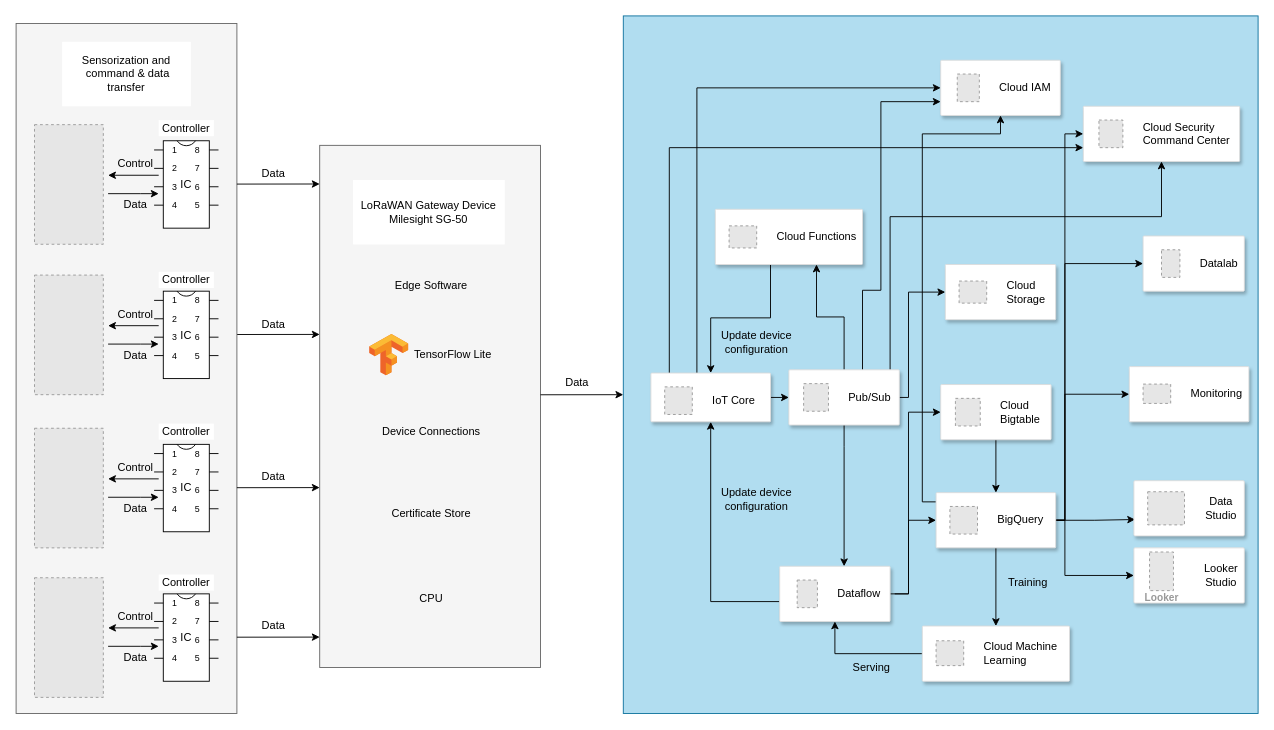
Earlier version of the draw.io diagram Trabajo Comunicación Industrial.drawio (lucasmarti11/TFG_Arduino). Source tidied: cells renumbered, new cells numbered last; positions are measured from the earlier drawing's top-left corner, leaving out a move shared by most shapes. Both pictures are drawn from the tidied source at 92%, with x=0, y=0 at pixel (16, 16). Pictures stored in the file or linked from it are replaced by grey dashed boxes.
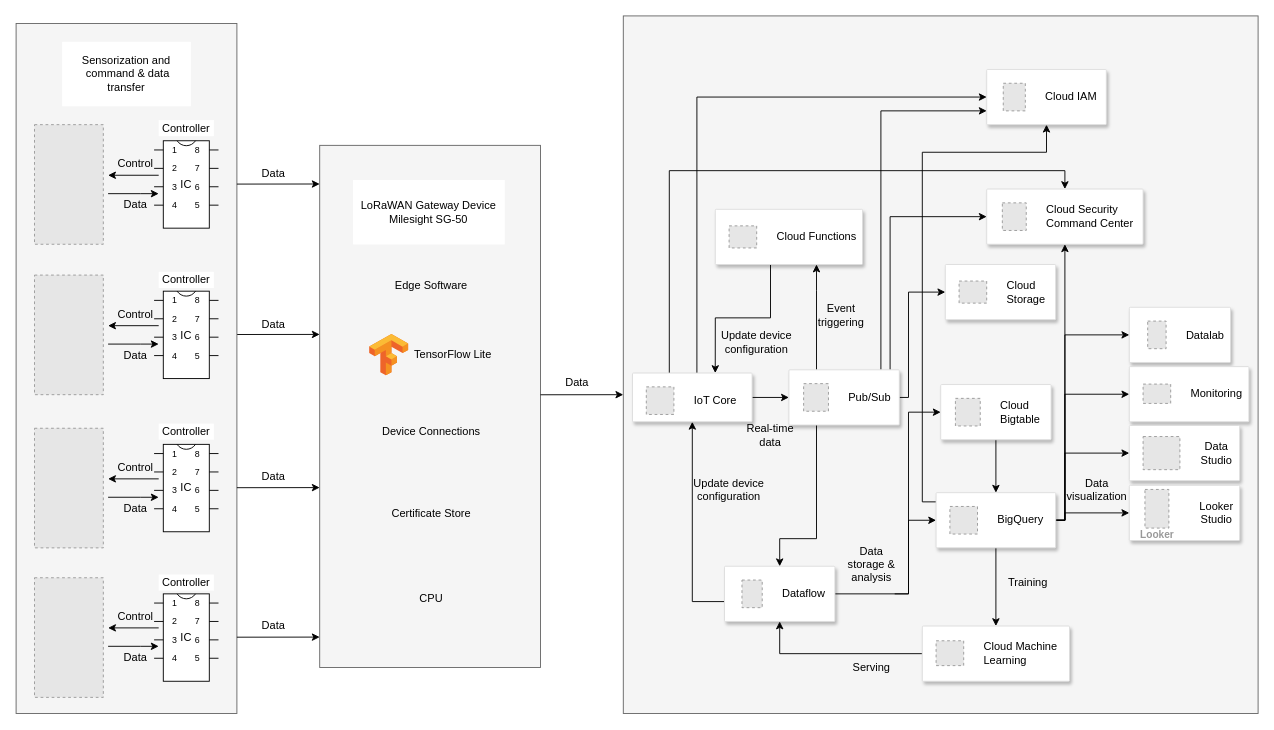
The same page after the edit.

The change refers to these unchanged cells:
```xml
<mxCell id="61" style="strokeColor=#dddddd;shadow=1;strokeWidth=1;rounded=1;absoluteArcSize=1;arcSize=2;" parent="1" vertex="1">
  <mxGeometry x="840" y="384.5" width="120" height="60" as="geometry" />
</mxCell>
<mxCell id="70" style="strokeColor=#dddddd;shadow=1;strokeWidth=1;rounded=1;absoluteArcSize=1;arcSize=2;" parent="1" vertex="1">
  <mxGeometry x="1000" y="518" width="130" height="60" as="geometry" />
</mxCell>
<mxCell id="79" style="strokeColor=#dddddd;shadow=1;strokeWidth=1;rounded=1;absoluteArcSize=1;arcSize=2;" parent="1" vertex="1">
  <mxGeometry x="760" y="210" width="160" height="60" as="geometry" />
</mxCell>
```

What changed in the source:
```diff
@@
-    <mxCell id="48" style="rounded=0;whiteSpace=wrap;html=1;fillColor=#b1ddf0;strokeColor=#10739e;" parent="1" vertex="1">
+    <mxCell id="48" style="rounded=0;whiteSpace=wrap;html=1;fillColor=#f5f5f5;strokeColor=#666666;fontColor=#333333;" parent="1" vertex="1">
       <mxGeometry x="660" y="-0.2" width="690" height="758.2" as="geometry" />
     </mxCell>
     <mxCell id="49" style="strokeColor=#dddddd;shadow=1;strokeWidth=1;rounded=1;absoluteArcSize=1;arcSize=2;" parent="1" vertex="1">
-      <mxGeometry x="1225" y="239" width="110" height="60" as="geometry" />
+      <mxGeometry x="1210" y="316.5" width="110" height="60" as="geometry" />
     </mxCell>
@@
     <mxCell id="51" style="edgeStyle=orthogonalEdgeStyle;rounded=0;jettySize=auto;html=1;entryX=0.5;entryY=1;entryDx=0;entryDy=0;exitX=-0.002;exitY=0.64;exitDx=0;exitDy=0;exitPerimeter=0;" parent="1" edge="1" source="54" target="84">
-      <mxGeometry relative="1" as="geometry" />
+      <mxGeometry relative="1" as="geometry">
+        <Array as="points">
+          <mxPoint x="735" y="636" />
+        </Array>
+      </mxGeometry>
     </mxCell>
@@
     <mxCell id="54" style="strokeColor=#dddddd;shadow=1;strokeWidth=1;rounded=1;absoluteArcSize=1;arcSize=2;" parent="1" vertex="1">
-      <mxGeometry x="830" y="598" width="120" height="60" as="geometry" />
+      <mxGeometry x="770" y="598" width="120" height="60" as="geometry" />
     </mxCell>
@@
-    <mxCell id="56" style="edgeStyle=orthogonalEdgeStyle;rounded=0;jettySize=auto;html=1;exitX=0.5;exitY=1;exitDx=0;exitDy=0;" parent="1" edge="1" source="61" target="54">
+    <mxCell id="56" style="edgeStyle=orthogonalEdgeStyle;rounded=0;jettySize=auto;html=1;exitX=0.25;exitY=1;exitDx=0;exitDy=0;entryX=0.5;entryY=0;entryDx=0;entryDy=0;" parent="1" edge="1" source="61" target="54">
       <mxGeometry relative="1" as="geometry">
         <Array as="points">
-          <mxPoint x="900" y="468" />
-          <mxPoint x="900" y="468" />
+          <mxPoint x="870" y="568" />
+          <mxPoint x="830" y="568" />
         </Array>
       </mxGeometry>
     </mxCell>
-    <mxCell id="57" style="edgeStyle=orthogonalEdgeStyle;rounded=0;jettySize=auto;html=1;exitX=0.5;exitY=0;exitDx=0;exitDy=0;" parent="1" edge="1" source="61" target="79">
+    <mxCell id="57" style="edgeStyle=orthogonalEdgeStyle;rounded=0;jettySize=auto;html=1;exitX=0.25;exitY=0;exitDx=0;exitDy=0;" parent="1" edge="1" source="61" target="79">
       <mxGeometry relative="1" as="geometry">
         <Array as="points">
-          <mxPoint x="900" y="327" />
-          <mxPoint x="870" y="327" />
+          <mxPoint x="870" y="298" />
+          <mxPoint x="870" y="298" />
         </Array>
       </mxGeometry>
     </mxCell>
-    <mxCell id="58" style="edgeStyle=orthogonalEdgeStyle;rounded=0;jettySize=auto;html=1;entryX=0.5;entryY=1;entryDx=0;entryDy=0;" parent="1" edge="1" source="61" target="88">
+    <mxCell id="58" style="edgeStyle=orthogonalEdgeStyle;rounded=0;jettySize=auto;html=1;entryX=0;entryY=0.5;entryDx=0;entryDy=0;" parent="1" edge="1" source="61" target="88">
       <mxGeometry relative="1" as="geometry">
         <Array as="points">
           <mxPoint x="950" y="218" />
-          <mxPoint x="1245" y="218" />
         </Array>
       </mxGeometry>
     </mxCell>
     <mxCell id="59" style="edgeStyle=orthogonalEdgeStyle;rounded=0;jettySize=auto;html=1;entryX=0;entryY=0.75;entryDx=0;entryDy=0;" parent="1" edge="1" source="61" target="93">
       <mxGeometry relative="1" as="geometry">
         <Array as="points">
-          <mxPoint x="920" y="298" />
-          <mxPoint x="940" y="298" />
-          <mxPoint x="940" y="93" />
+          <mxPoint x="940" y="103" />
         </Array>
       </mxGeometry>
     </mxCell>
@@
     <mxCell id="63" style="edgeStyle=orthogonalEdgeStyle;rounded=0;jettySize=auto;html=1;exitX=1;exitY=0.5;exitDx=0;exitDy=0;entryX=0;entryY=0.5;entryDx=0;entryDy=0;" parent="1" edge="1" source="70" target="49">
       <mxGeometry relative="1" as="geometry">
         <Array as="points">
           <mxPoint x="1140" y="548" />
-          <mxPoint x="1140" y="269" />
+          <mxPoint x="1140" y="346" />
         </Array>
       </mxGeometry>
     </mxCell>
-    <mxCell id="64" style="edgeStyle=orthogonalEdgeStyle;rounded=0;jettySize=auto;html=1;exitX=1;exitY=0.5;exitDx=0;exitDy=0;entryX=0.011;entryY=0.703;entryDx=0;entryDy=0;entryPerimeter=0;" parent="1" edge="1" source="70" target="90">
-      <mxGeometry relative="1" as="geometry" />
+    <mxCell id="64" style="edgeStyle=orthogonalEdgeStyle;rounded=0;jettySize=auto;html=1;exitX=1;exitY=0.5;exitDx=0;exitDy=0;entryX=0;entryY=0.5;entryDx=0;entryDy=0;" parent="1" edge="1" source="70" target="90">
+      <mxGeometry relative="1" as="geometry">
+        <Array as="points">
+          <mxPoint x="1140" y="548" />
+          <mxPoint x="1140" y="475" />
+        </Array>
+      </mxGeometry>
     </mxCell>
@@
-    <mxCell id="67" style="edgeStyle=orthogonalEdgeStyle;rounded=0;jettySize=auto;html=1;entryX=0;entryY=0.5;entryDx=0;entryDy=0;" parent="1" edge="1" source="70" target="88">
+    <mxCell id="67" style="edgeStyle=orthogonalEdgeStyle;rounded=0;jettySize=auto;html=1;entryX=0.5;entryY=1;entryDx=0;entryDy=0;" parent="1" edge="1" source="70" target="88">
       <mxGeometry relative="1" as="geometry">
         <Array as="points">
           <mxPoint x="1140" y="548" />
-          <mxPoint x="1140" y="128" />
         </Array>
       </mxGeometry>
     </mxCell>
     <mxCell id="68" style="edgeStyle=orthogonalEdgeStyle;rounded=0;jettySize=auto;html=1;entryX=0.5;entryY=1;entryDx=0;entryDy=0;" parent="1" edge="1" source="70" target="93">
       <mxGeometry relative="1" as="geometry">
         <Array as="points">
           <mxPoint x="985" y="528" />
-          <mxPoint x="985" y="128" />
-          <mxPoint x="1070" y="128" />
+          <mxPoint x="985" y="148" />
+          <mxPoint x="1120" y="148" />
         </Array>
       </mxGeometry>
     </mxCell>
-    <mxCell id="69" style="edgeStyle=orthogonalEdgeStyle;rounded=0;jettySize=auto;html=1;" parent="1" edge="1" source="70" target="103">
+    <mxCell id="69" style="edgeStyle=orthogonalEdgeStyle;rounded=0;jettySize=auto;html=1;entryX=0;entryY=0.5;entryDx=0;entryDy=0;" parent="1" edge="1" source="70" target="103">
       <mxGeometry relative="1" as="geometry">
         <Array as="points">
           <mxPoint x="1140" y="548" />
-          <mxPoint x="1140" y="608" />
+          <mxPoint x="1140" y="540" />
         </Array>
       </mxGeometry>
     </mxCell>
@@
-    <mxCell id="78" style="edgeStyle=orthogonalEdgeStyle;rounded=0;jettySize=auto;html=1;entryX=0.5;entryY=0;entryDx=0;entryDy=0;" parent="1" edge="1" source="79" target="84">
+    <mxCell id="78" style="edgeStyle=orthogonalEdgeStyle;rounded=0;jettySize=auto;html=1;entryX=0.692;entryY=0;entryDx=0;entryDy=0;entryPerimeter=0;" parent="1" edge="1" source="79" target="84">
       <mxGeometry relative="1" as="geometry">
         <Array as="points">
           <mxPoint x="820" y="328" />
-          <mxPoint x="755" y="328" />
+          <mxPoint x="760" y="328" />
         </Array>
       </mxGeometry>
     </mxCell>
@@
     <mxCell id="82" style="edgeStyle=orthogonalEdgeStyle;rounded=0;jettySize=auto;html=1;entryX=0;entryY=0.5;entryDx=0;entryDy=0;" parent="1" edge="1" source="84" target="93">
       <mxGeometry relative="1" as="geometry">
         <Array as="points">
-          <mxPoint x="740" y="78" />
+          <mxPoint x="740" y="88" />
         </Array>
       </mxGeometry>
     </mxCell>
-    <mxCell id="83" style="edgeStyle=orthogonalEdgeStyle;rounded=0;jettySize=auto;html=1;entryX=0;entryY=0.75;entryDx=0;entryDy=0;" parent="1" edge="1" source="84" target="88">
+    <mxCell id="83" style="edgeStyle=orthogonalEdgeStyle;rounded=0;jettySize=auto;html=1;entryX=0.5;entryY=0;entryDx=0;entryDy=0;" parent="1" edge="1" source="84" target="88">
       <mxGeometry relative="1" as="geometry">
         <Array as="points">
-          <mxPoint x="710" y="143" />
+          <mxPoint x="710" y="168" />
+          <mxPoint x="1140" y="168" />
         </Array>
       </mxGeometry>
     </mxCell>
     <mxCell id="84" style="strokeColor=#dddddd;shadow=1;strokeWidth=1;rounded=1;absoluteArcSize=1;arcSize=2;" parent="1" vertex="1">
-      <mxGeometry x="690" y="388" width="130" height="53" as="geometry" />
+      <mxGeometry x="670" y="388" width="130" height="53" as="geometry" />
     </mxCell>
@@
     <mxCell id="88" style="strokeColor=#dddddd;shadow=1;strokeWidth=1;rounded=1;absoluteArcSize=1;arcSize=2;" parent="1" vertex="1">
-      <mxGeometry x="1160" y="98" width="170" height="60" as="geometry" />
+      <mxGeometry x="1055" y="188" width="170" height="60" as="geometry" />
     </mxCell>
@@
     <mxCell id="90" style="rounded=1;whiteSpace=wrap;html=1;strokeColor=#dddddd;shadow=1;strokeWidth=1;align=center;verticalAlign=middle;arcSize=2;fontFamily=Helvetica;fontSize=12;fontColor=default;fillColor=default;" parent="1" vertex="1">
-      <mxGeometry x="1215" y="505" width="120" height="60" as="geometry" />
+      <mxGeometry x="1210" y="445" width="120" height="60" as="geometry" />
     </mxCell>
     <mxCell id="91" style="fillColor=#E6E6E6;strokeColor=#999999;dashed=1;html=1;verticalLabelPosition=bottom;labelBackgroundColor=#ffffff;verticalAlign=top;" parent="1" vertex="1">
-      <mxGeometry x="1230" y="517" width="40" height="36" as="geometry" />
+      <mxGeometry x="1225" y="457" width="40" height="36" as="geometry" />
     </mxCell>
     <mxCell id="92" value="Data Studio" style="text;html=1;align=center;verticalAlign=middle;whiteSpace=wrap;rounded=0;" parent="1" vertex="1">
-      <mxGeometry x="1280" y="520" width="60" height="30" as="geometry" />
+      <mxGeometry x="1275" y="460" width="60" height="30" as="geometry" />
     </mxCell>
     <mxCell id="93" style="strokeColor=#dddddd;shadow=1;strokeWidth=1;rounded=1;absoluteArcSize=1;arcSize=2;" parent="1" vertex="1">
-      <mxGeometry x="1005" y="48" width="130" height="60" as="geometry" />
+      <mxGeometry x="1055" y="58" width="130" height="60" as="geometry" />
     </mxCell>
@@
     <mxCell id="99" value="Update device configuration" style="text;html=1;align=center;verticalAlign=middle;whiteSpace=wrap;rounded=0;" parent="1" vertex="1">
-      <mxGeometry x="760" y="510" width="90" height="30" as="geometry" />
+      <mxGeometry x="730" y="500" width="90" height="30" as="geometry" />
     </mxCell>
@@
     <mxCell id="103" style="rounded=1;whiteSpace=wrap;html=1;strokeColor=#dddddd;shadow=1;strokeWidth=1;align=center;verticalAlign=middle;arcSize=2;fontFamily=Helvetica;fontSize=12;fontColor=default;fillColor=default;" parent="1" vertex="1">
-      <mxGeometry x="1215" y="578" width="120" height="60" as="geometry" />
+      <mxGeometry x="1210" y="510" width="120" height="60" as="geometry" />
     </mxCell>
     <mxCell id="104" value="Looker" style="fillColor=#E6E6E6;strokeColor=#999999;dashed=1;html=1;verticalAlign=top;labelPosition=center;verticalLabelPosition=bottom;align=center;spacingTop=-6;fontSize=11;fontStyle=1;fontColor=#999999;" parent="1" vertex="1">
-      <mxGeometry x="1232" y="582.5" width="26" height="42" as="geometry" />
+      <mxGeometry x="1227" y="514.5" width="26" height="42" as="geometry" />
     </mxCell>
     <mxCell id="105" value="Looker Studio" style="text;html=1;align=center;verticalAlign=middle;whiteSpace=wrap;rounded=0;" parent="1" vertex="1">
-      <mxGeometry x="1280" y="593" width="60" height="30" as="geometry" />
+      <mxGeometry x="1275" y="525" width="60" height="30" as="geometry" />
     </mxCell>
+    <mxCell id="106" value="Real-time&lt;div&gt;data&lt;/div&gt;" style="text;html=1;align=center;verticalAlign=middle;whiteSpace=wrap;rounded=0;" parent="1" vertex="1">
+      <mxGeometry x="790" y="441" width="60" height="30" as="geometry" />
+    </mxCell>
+    <mxCell id="107" value="Data storage &amp;amp; analysis" style="text;html=1;align=center;verticalAlign=middle;whiteSpace=wrap;rounded=0;" parent="1" vertex="1">
+      <mxGeometry x="900" y="580.5" width="60" height="30" as="geometry" />
+    </mxCell>
+    <mxCell id="108" value="Event triggering" style="text;html=1;align=center;verticalAlign=middle;whiteSpace=wrap;rounded=0;" parent="1" vertex="1">
+      <mxGeometry x="867" y="309.5" width="60" height="30" as="geometry" />
+    </mxCell>
+    <mxCell id="109" value="Data&lt;div&gt;visualization&lt;/div&gt;" style="text;html=1;align=center;verticalAlign=middle;whiteSpace=wrap;rounded=0;" parent="1" vertex="1">
+      <mxGeometry x="1145" y="500" width="60" height="30" as="geometry" />
+    </mxCell>
```
